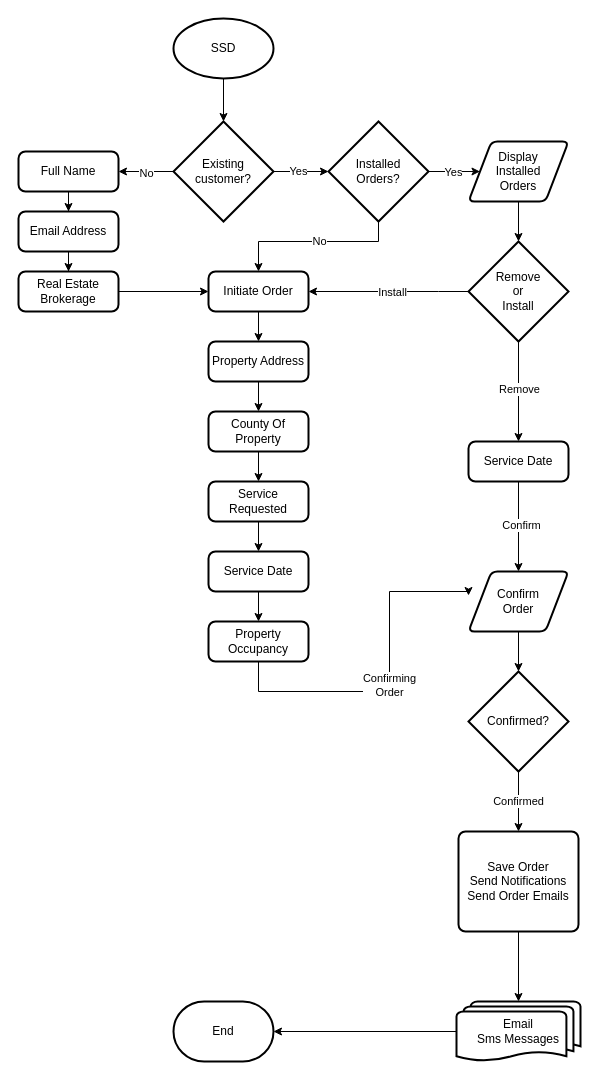
The draw.io diagram ssd.automated.sms.drawio in mjsterli/ssd, before the edit. Source tidied: cells renumbered, new cells numbered last; positions are measured from the earlier drawing's top-left corner, leaving out a move shared by most shapes. Both pictures are drawn from the tidied source at 100%, with x=0, y=0 at pixel (18, 18).
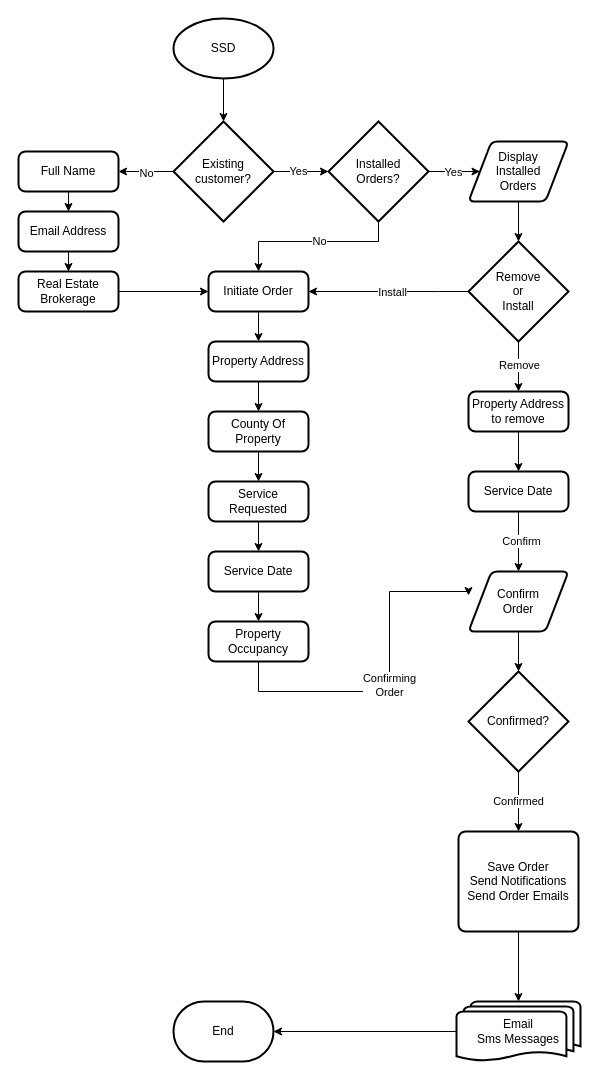
Above is the later version.

Commit message:
added process selection after display orders

The change refers to these unchanged cells:
```xml
<mxCell id="19" value="Remove&lt;div&gt;or&lt;/div&gt;&lt;div&gt;Install&lt;/div&gt;" style="strokeWidth=2;html=1;shape=mxgraph.flowchart.decision;whiteSpace=wrap;" parent="1" vertex="1">
  <mxGeometry x="450" y="223" width="100" height="100" as="geometry" />
</mxCell>
```

The edit, as a diff of the source:
```diff
@@
-    <mxCell id="17" style="edgeStyle=orthogonalEdgeStyle;rounded=0;jettySize=auto;html=1;entryX=0.5;entryY=0;entryDx=0;entryDy=0;" parent="1" edge="1" source="19" target="50">
+    <mxCell id="17" style="edgeStyle=orthogonalEdgeStyle;rounded=0;jettySize=auto;html=1;entryX=0.5;entryY=0;entryDx=0;entryDy=0;" parent="1" edge="1" source="53" target="50">
       <mxGeometry relative="1" as="geometry" />
     </mxCell>
-    <mxCell id="18" value="Remove" style="edgeLabel;html=1;align=center;verticalAlign=middle;" parent="17" vertex="1">
-      <mxGeometry x="-0.07" relative="1" as="geometry" />
-    </mxCell>
@@
     <mxCell id="50" value="Service Date" style="rounded=1;whiteSpace=wrap;html=1;absoluteArcSize=1;arcSize=14;strokeWidth=2;" parent="1" vertex="1">
-      <mxGeometry x="450" y="423" width="100" height="40" as="geometry" />
+      <mxGeometry x="450" y="453" width="100" height="40" as="geometry" />
     </mxCell>
@@
+    <mxCell id="52" style="edgeStyle=orthogonalEdgeStyle;rounded=0;jettySize=auto;html=1;entryX=0.5;entryY=0;entryDx=0;entryDy=0;" parent="1" edge="1" source="19" target="53">
+      <mxGeometry relative="1" as="geometry" />
+    </mxCell>
+    <mxCell id="18" value="Remove" style="edgeLabel;html=1;align=center;verticalAlign=middle;" parent="52" vertex="1">
+      <mxGeometry x="-0.07" relative="1" as="geometry" />
+    </mxCell>
+    <mxCell id="53" value="Property Address&lt;div&gt;to remove&lt;/div&gt;" style="rounded=1;whiteSpace=wrap;html=1;absoluteArcSize=1;arcSize=14;strokeWidth=2;" parent="1" vertex="1">
+      <mxGeometry x="450" y="373" width="100" height="40" as="geometry" />
+    </mxCell>
```
